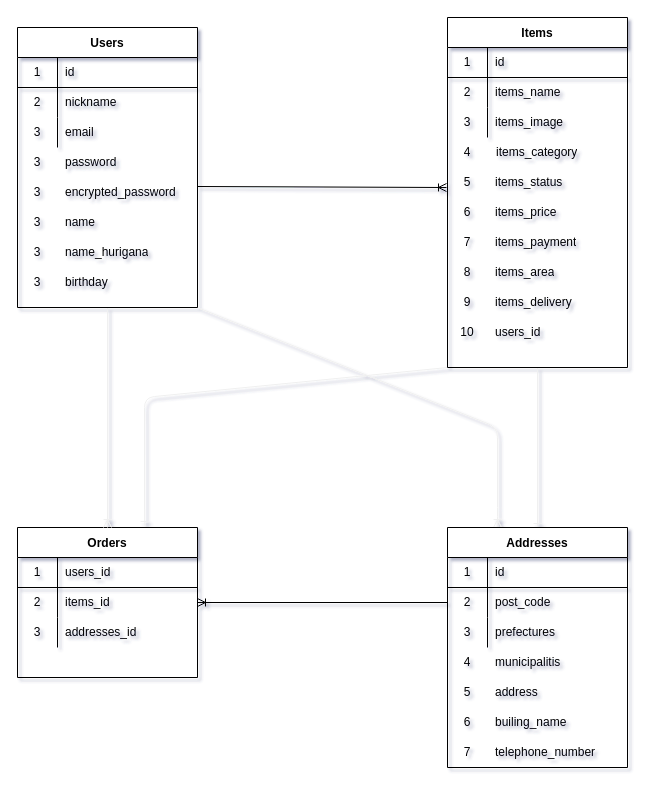
Before: furima-36484.dio in Syota-Hama/furima-36484, a draw.io diagram. Source tidied: cells renumbered, new cells numbered last; positions are measured from the earlier drawing's top-left corner, leaving out a move shared by most shapes. Both pictures are drawn from the tidied source at 100%, with x=0, y=0 at pixel (17, 17).
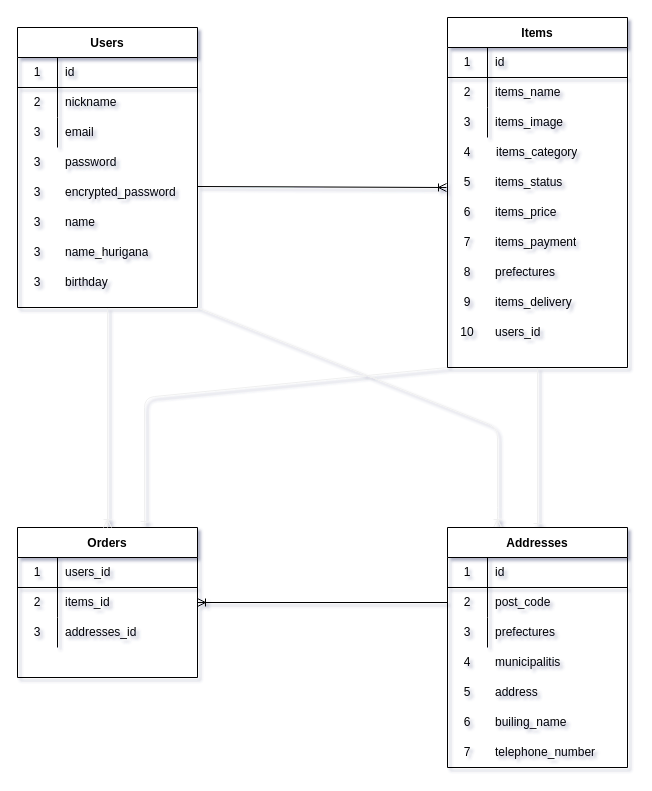
The same page after the edit.

Unchanged cells that the change refers to:
```xml
<mxCell id="64" style="shape=partialRectangle;html=1;whiteSpace=wrap;fillColor=none;top=0;left=0;bottom=0;right=0;" parent="1" vertex="1">
  <mxGeometry x="430" y="240" width="180" height="30" as="geometry" />
</mxCell>
```

Change to the diagram source:
```diff
@@
-    <mxCell id="66" value="items_area" style="shape=partialRectangle;html=1;whiteSpace=wrap;fillColor=none;top=0;left=0;bottom=0;right=0;align=left;spacingLeft=6;overflow=hidden;" parent="64" vertex="1">
+    <mxCell id="66" value="&lt;span&gt;prefectures&lt;/span&gt;" style="shape=partialRectangle;html=1;whiteSpace=wrap;fillColor=none;top=0;left=0;bottom=0;right=0;align=left;spacingLeft=6;overflow=hidden;" parent="64" vertex="1">
       <mxGeometry x="40" width="140" height="30" as="geometry" />
     </mxCell>
```
